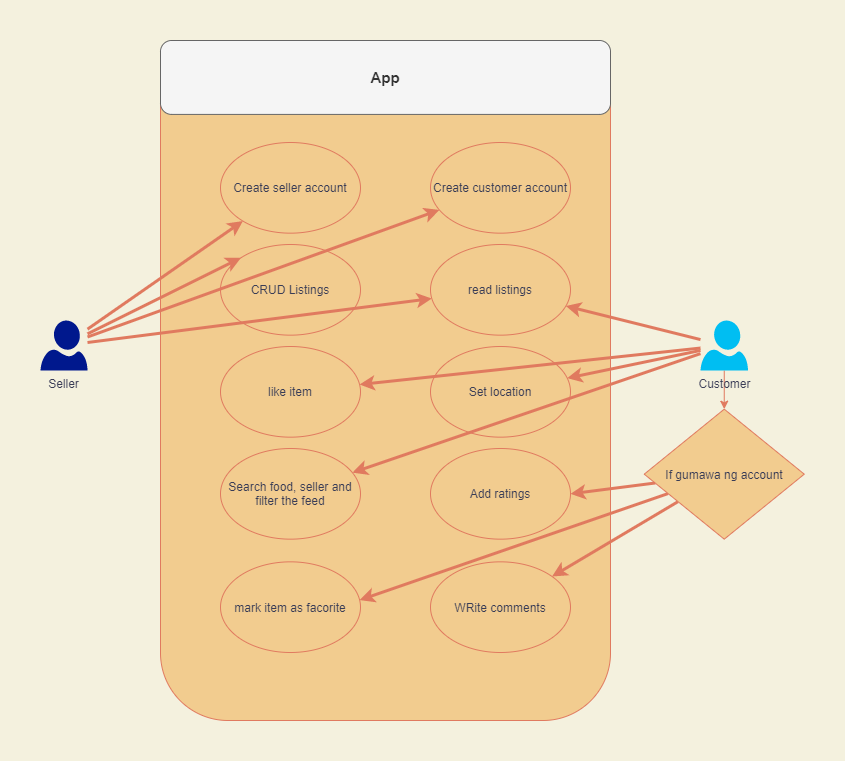
EricEchemane/Meryenda-PH keeps this draw.io diagram as __resources__/photo_references/Use Case Diagram.png. Above is the earlier version. Source tidied: cells renumbered, new cells last; positions are measured from the earlier drawing's top-left corner, leaving out a move shared by most shapes. The source it was exported from:
```xml
<mxGraphModel background="#F4F1DE">
  <root>
    <mxCell id="0" />
    <mxCell id="1" parent="0" />
    <mxCell id="2" style="group;" parent="1" vertex="1">
      <mxGeometry x="120" width="450" height="680" as="geometry" />
    </mxCell>
    <mxCell id="3" style="rounded=1;whiteSpace=wrap;html=1;sketch=0;fontColor=#393C56;strokeColor=#E07A5F;fillColor=#F2CC8F;" parent="2" vertex="1">
      <mxGeometry width="450" height="680" as="geometry" />
    </mxCell>
    <mxCell id="4" value="&lt;b&gt;&lt;font style=&quot;font-size: 15px&quot;&gt;App&lt;/font&gt;&lt;/b&gt;" style="rounded=1;whiteSpace=wrap;html=1;sketch=0;fontColor=#333333;strokeColor=#666666;fillColor=#f5f5f5;labelBackgroundColor=none;labelBorderColor=none;" parent="2" vertex="1">
      <mxGeometry width="450" height="73.9" as="geometry" />
    </mxCell>
    <mxCell id="5" value="Create seller account" style="ellipse;whiteSpace=wrap;html=1;rounded=0;labelBackgroundColor=none;sketch=0;fontColor=#393C56;strokeColor=#E07A5F;fillColor=#F2CC8F;" parent="2" vertex="1">
      <mxGeometry x="60" y="102" width="140" height="90.7" as="geometry" />
    </mxCell>
    <mxCell id="6" value="Create customer account" style="ellipse;whiteSpace=wrap;html=1;rounded=0;labelBackgroundColor=none;sketch=0;fontColor=#393C56;strokeColor=#E07A5F;fillColor=#F2CC8F;" parent="2" vertex="1">
      <mxGeometry x="270" y="102" width="140" height="90.7" as="geometry" />
    </mxCell>
    <mxCell id="7" value="CRUD Listings" style="ellipse;whiteSpace=wrap;html=1;rounded=0;labelBackgroundColor=none;sketch=0;fontColor=#393C56;strokeColor=#E07A5F;fillColor=#F2CC8F;" parent="2" vertex="1">
      <mxGeometry x="60" y="204" width="140" height="90.7" as="geometry" />
    </mxCell>
    <mxCell id="8" value="read listings" style="ellipse;whiteSpace=wrap;html=1;rounded=0;labelBackgroundColor=none;sketch=0;fontColor=#393C56;strokeColor=#E07A5F;fillColor=#F2CC8F;" parent="2" vertex="1">
      <mxGeometry x="270" y="204" width="140" height="90.7" as="geometry" />
    </mxCell>
    <mxCell id="9" value="Set location" style="ellipse;whiteSpace=wrap;html=1;rounded=0;labelBackgroundColor=none;sketch=0;fontColor=#393C56;strokeColor=#E07A5F;fillColor=#F2CC8F;" parent="2" vertex="1">
      <mxGeometry x="270" y="306" width="140" height="90.7" as="geometry" />
    </mxCell>
    <mxCell id="10" value="Search food, seller and filter the feed" style="ellipse;whiteSpace=wrap;html=1;rounded=0;labelBackgroundColor=none;sketch=0;fontColor=#393C56;strokeColor=#E07A5F;fillColor=#F2CC8F;" parent="2" vertex="1">
      <mxGeometry x="60" y="408" width="140" height="90.7" as="geometry" />
    </mxCell>
    <mxCell id="11" value="Add ratings" style="ellipse;whiteSpace=wrap;html=1;rounded=0;labelBackgroundColor=none;sketch=0;fontColor=#393C56;strokeColor=#E07A5F;fillColor=#F2CC8F;" parent="2" vertex="1">
      <mxGeometry x="270" y="408" width="140" height="90.7" as="geometry" />
    </mxCell>
    <mxCell id="12" value="WRite comments" style="ellipse;whiteSpace=wrap;html=1;rounded=0;labelBackgroundColor=none;sketch=0;fontColor=#393C56;strokeColor=#E07A5F;fillColor=#F2CC8F;" parent="2" vertex="1">
      <mxGeometry x="270" y="521.3" width="140" height="90.7" as="geometry" />
    </mxCell>
    <mxCell id="13" value="mark item as facorite" style="ellipse;whiteSpace=wrap;html=1;rounded=0;labelBackgroundColor=none;sketch=0;fontColor=#393C56;strokeColor=#E07A5F;fillColor=#F2CC8F;" parent="2" vertex="1">
      <mxGeometry x="60" y="521.3" width="140" height="90.7" as="geometry" />
    </mxCell>
    <mxCell id="14" value="like item" style="ellipse;whiteSpace=wrap;html=1;rounded=0;labelBackgroundColor=none;sketch=0;fontColor=#393C56;strokeColor=#E07A5F;fillColor=#F2CC8F;" parent="2" vertex="1">
      <mxGeometry x="60" y="306" width="140" height="90.7" as="geometry" />
    </mxCell>
    <mxCell id="15" style="edgeStyle=none;rounded=1;sketch=0;jettySize=auto;html=1;fontColor=#393C56;strokeColor=#E07A5F;fillColor=#F2CC8F;strokeWidth=3;" parent="1" edge="1" source="19" target="6">
      <mxGeometry relative="1" as="geometry" />
    </mxCell>
    <mxCell id="16" style="edgeStyle=none;rounded=1;sketch=0;jettySize=auto;html=1;fontColor=#393C56;strokeColor=#E07A5F;fillColor=#F2CC8F;strokeWidth=3;" parent="1" edge="1" source="19" target="5">
      <mxGeometry relative="1" as="geometry" />
    </mxCell>
    <mxCell id="17" style="edgeStyle=none;rounded=1;sketch=0;jettySize=auto;html=1;entryX=0;entryY=0;entryDx=0;entryDy=0;fontColor=#393C56;strokeColor=#E07A5F;fillColor=#F2CC8F;strokeWidth=3;" parent="1" edge="1" source="19" target="7">
      <mxGeometry relative="1" as="geometry" />
    </mxCell>
    <mxCell id="18" style="edgeStyle=none;rounded=1;sketch=0;jettySize=auto;html=1;fontColor=#393C56;strokeColor=#E07A5F;fillColor=#F2CC8F;strokeWidth=3;" parent="1" edge="1" source="19" target="8">
      <mxGeometry relative="1" as="geometry" />
    </mxCell>
    <mxCell id="19" value="Seller" style="sketch=0;shadow=0;dashed=0;html=1;strokeColor=none;labelPosition=center;verticalLabelPosition=bottom;verticalAlign=top;align=center;fillColor=#00188D;shape=mxgraph.azure.user;rounded=0;fontColor=#393C56;" parent="1" vertex="1">
      <mxGeometry y="280" width="47" height="50" as="geometry" />
    </mxCell>
    <mxCell id="20" style="edgeStyle=none;rounded=1;sketch=0;jettySize=auto;html=1;entryX=0.5;entryY=0;entryDx=0;entryDy=0;fontColor=#393C56;strokeColor=#E07A5F;fillColor=#F2CC8F;" parent="1" edge="1" source="23" target="27">
      <mxGeometry relative="1" as="geometry" />
    </mxCell>
    <mxCell id="21" style="edgeStyle=none;rounded=1;sketch=0;jettySize=auto;html=1;fontColor=#393C56;strokeColor=#E07A5F;fillColor=#F2CC8F;strokeWidth=3;" parent="1" edge="1" source="23" target="14">
      <mxGeometry relative="1" as="geometry" />
    </mxCell>
    <mxCell id="22" style="edgeStyle=none;rounded=1;sketch=0;jettySize=auto;html=1;fontColor=#393C56;strokeColor=#E07A5F;fillColor=#F2CC8F;strokeWidth=3;" parent="1" edge="1" source="23" target="8">
      <mxGeometry relative="1" as="geometry" />
    </mxCell>
    <mxCell id="23" value="Customer" style="verticalLabelPosition=bottom;html=1;verticalAlign=top;align=center;strokeColor=none;fillColor=#00BEF2;shape=mxgraph.azure.user;rounded=0;sketch=0;fontColor=#393C56;" parent="1" vertex="1">
      <mxGeometry x="660" y="280" width="47.5" height="50" as="geometry" />
    </mxCell>
    <mxCell id="24" style="edgeStyle=none;rounded=1;sketch=0;jettySize=auto;html=1;fontColor=#393C56;strokeColor=#E07A5F;fillColor=#F2CC8F;strokeWidth=3;" parent="1" edge="1" source="27" target="12">
      <mxGeometry relative="1" as="geometry" />
    </mxCell>
    <mxCell id="25" style="edgeStyle=none;rounded=1;sketch=0;jettySize=auto;html=1;entryX=1;entryY=0.5;entryDx=0;entryDy=0;fontColor=#393C56;strokeColor=#E07A5F;fillColor=#F2CC8F;strokeWidth=3;" parent="1" edge="1" source="27" target="11">
      <mxGeometry relative="1" as="geometry" />
    </mxCell>
    <mxCell id="26" style="edgeStyle=none;rounded=1;sketch=0;jettySize=auto;html=1;entryX=0.994;entryY=0.422;entryDx=0;entryDy=0;entryPerimeter=0;fontColor=#393C56;strokeColor=#E07A5F;fillColor=#F2CC8F;strokeWidth=3;" parent="1" edge="1" source="27" target="13">
      <mxGeometry relative="1" as="geometry" />
    </mxCell>
    <mxCell id="27" value="If gumawa ng account" style="rhombus;whiteSpace=wrap;html=1;rounded=0;labelBackgroundColor=none;sketch=0;fontColor=#393C56;strokeColor=#E07A5F;fillColor=#F2CC8F;" parent="1" vertex="1">
      <mxGeometry x="603.8" y="368.7" width="160" height="130" as="geometry" />
    </mxCell>
    <mxCell id="28" style="edgeStyle=none;rounded=1;sketch=0;jettySize=auto;html=1;fontColor=#393C56;strokeColor=#E07A5F;fillColor=#F2CC8F;strokeWidth=3;" parent="1" edge="1" source="23" target="9">
      <mxGeometry relative="1" as="geometry" />
    </mxCell>
    <mxCell id="29" style="edgeStyle=none;rounded=1;sketch=0;jettySize=auto;html=1;fontColor=#393C56;strokeColor=#E07A5F;fillColor=#F2CC8F;strokeWidth=3;" parent="1" edge="1" source="23" target="10">
      <mxGeometry relative="1" as="geometry" />
    </mxCell>
  </root>
</mxGraphModel>
```
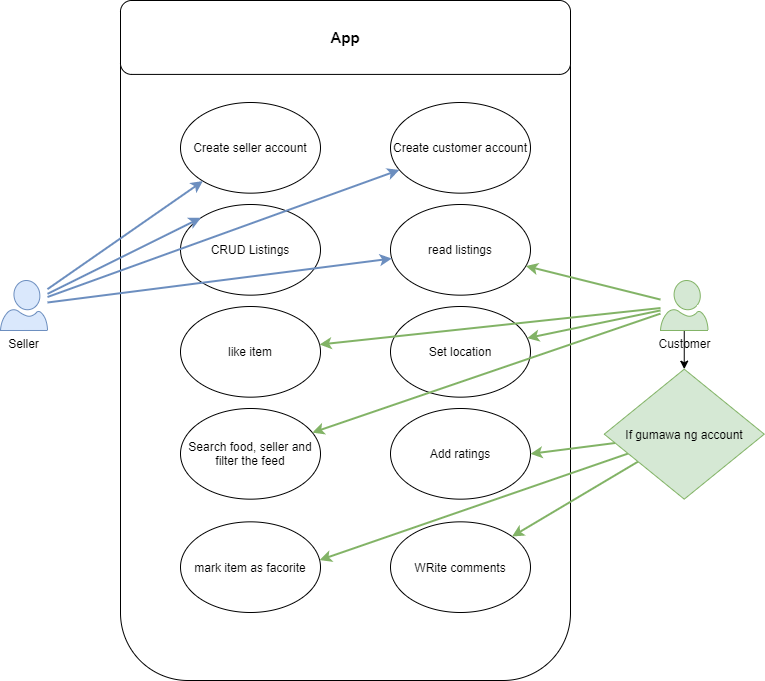
Above is the later version.

The edit, as a diff of the source:
```diff
@@ -1,89 +1,89 @@
-<mxGraphModel background="#F4F1DE">
+<mxGraphModel>
   <root>
     <mxCell id="0" />
     <mxCell id="1" parent="0" />
     <mxCell id="2" style="group;" parent="1" vertex="1">
       <mxGeometry x="120" width="450" height="680" as="geometry" />
     </mxCell>
-    <mxCell id="3" style="rounded=1;whiteSpace=wrap;html=1;sketch=0;fontColor=#393C56;strokeColor=#E07A5F;fillColor=#F2CC8F;" parent="2" vertex="1">
+    <mxCell id="3" style="rounded=1;whiteSpace=wrap;html=1;sketch=0;" parent="2" vertex="1">
       <mxGeometry width="450" height="680" as="geometry" />
     </mxCell>
-    <mxCell id="4" value="&lt;b&gt;&lt;font style=&quot;font-size: 15px&quot;&gt;App&lt;/font&gt;&lt;/b&gt;" style="rounded=1;whiteSpace=wrap;html=1;sketch=0;fontColor=#333333;strokeColor=#666666;fillColor=#f5f5f5;labelBackgroundColor=none;labelBorderColor=none;" parent="2" vertex="1">
+    <mxCell id="4" value="&lt;b&gt;&lt;font style=&quot;font-size: 15px&quot;&gt;App&lt;/font&gt;&lt;/b&gt;" style="rounded=1;whiteSpace=wrap;html=1;sketch=0;labelBackgroundColor=none;labelBorderColor=none;" parent="2" vertex="1">
       <mxGeometry width="450" height="73.9" as="geometry" />
     </mxCell>
-    <mxCell id="5" value="Create seller account" style="ellipse;whiteSpace=wrap;html=1;rounded=0;labelBackgroundColor=none;sketch=0;fontColor=#393C56;strokeColor=#E07A5F;fillColor=#F2CC8F;" parent="2" vertex="1">
+    <mxCell id="5" value="Create seller account" style="ellipse;whiteSpace=wrap;html=1;rounded=0;labelBackgroundColor=none;sketch=0;" parent="2" vertex="1">
       <mxGeometry x="60" y="102" width="140" height="90.7" as="geometry" />
     </mxCell>
-    <mxCell id="6" value="Create customer account" style="ellipse;whiteSpace=wrap;html=1;rounded=0;labelBackgroundColor=none;sketch=0;fontColor=#393C56;strokeColor=#E07A5F;fillColor=#F2CC8F;" parent="2" vertex="1">
+    <mxCell id="6" value="Create customer account" style="ellipse;whiteSpace=wrap;html=1;rounded=0;labelBackgroundColor=none;sketch=0;" parent="2" vertex="1">
       <mxGeometry x="270" y="102" width="140" height="90.7" as="geometry" />
     </mxCell>
-    <mxCell id="7" value="CRUD Listings" style="ellipse;whiteSpace=wrap;html=1;rounded=0;labelBackgroundColor=none;sketch=0;fontColor=#393C56;strokeColor=#E07A5F;fillColor=#F2CC8F;" parent="2" vertex="1">
+    <mxCell id="7" value="CRUD Listings" style="ellipse;whiteSpace=wrap;html=1;rounded=0;labelBackgroundColor=none;sketch=0;" parent="2" vertex="1">
       <mxGeometry x="60" y="204" width="140" height="90.7" as="geometry" />
     </mxCell>
-    <mxCell id="8" value="read listings" style="ellipse;whiteSpace=wrap;html=1;rounded=0;labelBackgroundColor=none;sketch=0;fontColor=#393C56;strokeColor=#E07A5F;fillColor=#F2CC8F;" parent="2" vertex="1">
+    <mxCell id="8" value="read listings" style="ellipse;whiteSpace=wrap;html=1;rounded=0;labelBackgroundColor=none;sketch=0;" parent="2" vertex="1">
       <mxGeometry x="270" y="204" width="140" height="90.7" as="geometry" />
     </mxCell>
-    <mxCell id="9" value="Set location" style="ellipse;whiteSpace=wrap;html=1;rounded=0;labelBackgroundColor=none;sketch=0;fontColor=#393C56;strokeColor=#E07A5F;fillColor=#F2CC8F;" parent="2" vertex="1">
+    <mxCell id="9" value="Set location" style="ellipse;whiteSpace=wrap;html=1;rounded=0;labelBackgroundColor=none;sketch=0;" parent="2" vertex="1">
       <mxGeometry x="270" y="306" width="140" height="90.7" as="geometry" />
     </mxCell>
-    <mxCell id="10" value="Search food, seller and filter the feed" style="ellipse;whiteSpace=wrap;html=1;rounded=0;labelBackgroundColor=none;sketch=0;fontColor=#393C56;strokeColor=#E07A5F;fillColor=#F2CC8F;" parent="2" vertex="1">
+    <mxCell id="10" value="Search food, seller and filter the feed" style="ellipse;whiteSpace=wrap;html=1;rounded=0;labelBackgroundColor=none;sketch=0;" parent="2" vertex="1">
       <mxGeometry x="60" y="408" width="140" height="90.7" as="geometry" />
     </mxCell>
-    <mxCell id="11" value="Add ratings" style="ellipse;whiteSpace=wrap;html=1;rounded=0;labelBackgroundColor=none;sketch=0;fontColor=#393C56;strokeColor=#E07A5F;fillColor=#F2CC8F;" parent="2" vertex="1">
+    <mxCell id="11" value="Add ratings" style="ellipse;whiteSpace=wrap;html=1;rounded=0;labelBackgroundColor=none;sketch=0;" parent="2" vertex="1">
       <mxGeometry x="270" y="408" width="140" height="90.7" as="geometry" />
     </mxCell>
-    <mxCell id="12" value="WRite comments" style="ellipse;whiteSpace=wrap;html=1;rounded=0;labelBackgroundColor=none;sketch=0;fontColor=#393C56;strokeColor=#E07A5F;fillColor=#F2CC8F;" parent="2" vertex="1">
+    <mxCell id="12" value="WRite comments" style="ellipse;whiteSpace=wrap;html=1;rounded=0;labelBackgroundColor=none;sketch=0;" parent="2" vertex="1">
       <mxGeometry x="270" y="521.3" width="140" height="90.7" as="geometry" />
     </mxCell>
-    <mxCell id="13" value="mark item as facorite" style="ellipse;whiteSpace=wrap;html=1;rounded=0;labelBackgroundColor=none;sketch=0;fontColor=#393C56;strokeColor=#E07A5F;fillColor=#F2CC8F;" parent="2" vertex="1">
+    <mxCell id="13" value="mark item as facorite" style="ellipse;whiteSpace=wrap;html=1;rounded=0;labelBackgroundColor=none;sketch=0;" parent="2" vertex="1">
       <mxGeometry x="60" y="521.3" width="140" height="90.7" as="geometry" />
     </mxCell>
-    <mxCell id="14" value="like item" style="ellipse;whiteSpace=wrap;html=1;rounded=0;labelBackgroundColor=none;sketch=0;fontColor=#393C56;strokeColor=#E07A5F;fillColor=#F2CC8F;" parent="2" vertex="1">
+    <mxCell id="14" value="like item" style="ellipse;whiteSpace=wrap;html=1;rounded=0;labelBackgroundColor=none;sketch=0;" parent="2" vertex="1">
       <mxGeometry x="60" y="306" width="140" height="90.7" as="geometry" />
     </mxCell>
-    <mxCell id="15" style="edgeStyle=none;rounded=1;sketch=0;jettySize=auto;html=1;fontColor=#393C56;strokeColor=#E07A5F;fillColor=#F2CC8F;strokeWidth=3;" parent="1" edge="1" source="19" target="6">
+    <mxCell id="15" style="edgeStyle=none;rounded=1;sketch=0;jettySize=auto;html=1;strokeWidth=2;fillColor=#dae8fc;strokeColor=#6c8ebf;" parent="1" edge="1" source="19" target="6">
       <mxGeometry relative="1" as="geometry" />
     </mxCell>
-    <mxCell id="16" style="edgeStyle=none;rounded=1;sketch=0;jettySize=auto;html=1;fontColor=#393C56;strokeColor=#E07A5F;fillColor=#F2CC8F;strokeWidth=3;" parent="1" edge="1" source="19" target="5">
+    <mxCell id="16" style="edgeStyle=none;rounded=1;sketch=0;jettySize=auto;html=1;strokeWidth=2;fillColor=#dae8fc;strokeColor=#6c8ebf;" parent="1" edge="1" source="19" target="5">
       <mxGeometry relative="1" as="geometry" />
     </mxCell>
-    <mxCell id="17" style="edgeStyle=none;rounded=1;sketch=0;jettySize=auto;html=1;entryX=0;entryY=0;entryDx=0;entryDy=0;fontColor=#393C56;strokeColor=#E07A5F;fillColor=#F2CC8F;strokeWidth=3;" parent="1" edge="1" source="19" target="7">
+    <mxCell id="17" style="edgeStyle=none;rounded=1;sketch=0;jettySize=auto;html=1;entryX=0;entryY=0;entryDx=0;entryDy=0;strokeWidth=2;fillColor=#dae8fc;strokeColor=#6c8ebf;" parent="1" edge="1" source="19" target="7">
       <mxGeometry relative="1" as="geometry" />
     </mxCell>
-    <mxCell id="18" style="edgeStyle=none;rounded=1;sketch=0;jettySize=auto;html=1;fontColor=#393C56;strokeColor=#E07A5F;fillColor=#F2CC8F;strokeWidth=3;" parent="1" edge="1" source="19" target="8">
+    <mxCell id="18" style="edgeStyle=none;rounded=1;sketch=0;jettySize=auto;html=1;strokeWidth=2;fillColor=#dae8fc;strokeColor=#6c8ebf;" parent="1" edge="1" source="19" target="8">
       <mxGeometry relative="1" as="geometry" />
     </mxCell>
-    <mxCell id="19" value="Seller" style="sketch=0;shadow=0;dashed=0;html=1;strokeColor=none;labelPosition=center;verticalLabelPosition=bottom;verticalAlign=top;align=center;fillColor=#00188D;shape=mxgraph.azure.user;rounded=0;fontColor=#393C56;" parent="1" vertex="1">
+    <mxCell id="19" value="Seller" style="sketch=0;shadow=0;dashed=0;html=1;labelPosition=center;verticalLabelPosition=bottom;verticalAlign=top;align=center;shape=mxgraph.azure.user;rounded=0;fillColor=#dae8fc;strokeColor=#6c8ebf;" parent="1" vertex="1">
       <mxGeometry y="280" width="47" height="50" as="geometry" />
     </mxCell>
-    <mxCell id="20" style="edgeStyle=none;rounded=1;sketch=0;jettySize=auto;html=1;entryX=0.5;entryY=0;entryDx=0;entryDy=0;fontColor=#393C56;strokeColor=#E07A5F;fillColor=#F2CC8F;" parent="1" edge="1" source="23" target="27">
+    <mxCell id="20" style="edgeStyle=none;rounded=1;sketch=0;jettySize=auto;html=1;entryX=0.5;entryY=0;entryDx=0;entryDy=0;" parent="1" edge="1" source="23" target="27">
       <mxGeometry relative="1" as="geometry" />
     </mxCell>
-    <mxCell id="21" style="edgeStyle=none;rounded=1;sketch=0;jettySize=auto;html=1;fontColor=#393C56;strokeColor=#E07A5F;fillColor=#F2CC8F;strokeWidth=3;" parent="1" edge="1" source="23" target="14">
+    <mxCell id="21" style="edgeStyle=none;rounded=1;sketch=0;jettySize=auto;html=1;strokeWidth=2;fillColor=#d5e8d4;strokeColor=#82b366;" parent="1" edge="1" source="23" target="14">
       <mxGeometry relative="1" as="geometry" />
     </mxCell>
-    <mxCell id="22" style="edgeStyle=none;rounded=1;sketch=0;jettySize=auto;html=1;fontColor=#393C56;strokeColor=#E07A5F;fillColor=#F2CC8F;strokeWidth=3;" parent="1" edge="1" source="23" target="8">
+    <mxCell id="22" style="edgeStyle=none;rounded=1;sketch=0;jettySize=auto;html=1;strokeWidth=2;fillColor=#d5e8d4;strokeColor=#82b366;" parent="1" edge="1" source="23" target="8">
       <mxGeometry relative="1" as="geometry" />
     </mxCell>
-    <mxCell id="23" value="Customer" style="verticalLabelPosition=bottom;html=1;verticalAlign=top;align=center;strokeColor=none;fillColor=#00BEF2;shape=mxgraph.azure.user;rounded=0;sketch=0;fontColor=#393C56;" parent="1" vertex="1">
+    <mxCell id="23" value="Customer" style="verticalLabelPosition=bottom;html=1;verticalAlign=top;align=center;shape=mxgraph.azure.user;rounded=0;sketch=0;fillColor=#d5e8d4;strokeColor=#82b366;" parent="1" vertex="1">
       <mxGeometry x="660" y="280" width="47.5" height="50" as="geometry" />
     </mxCell>
-    <mxCell id="24" style="edgeStyle=none;rounded=1;sketch=0;jettySize=auto;html=1;fontColor=#393C56;strokeColor=#E07A5F;fillColor=#F2CC8F;strokeWidth=3;" parent="1" edge="1" source="27" target="12">
+    <mxCell id="24" style="edgeStyle=none;rounded=1;sketch=0;jettySize=auto;html=1;strokeWidth=2;fillColor=#d5e8d4;strokeColor=#82b366;" parent="1" edge="1" source="27" target="12">
       <mxGeometry relative="1" as="geometry" />
     </mxCell>
-    <mxCell id="25" style="edgeStyle=none;rounded=1;sketch=0;jettySize=auto;html=1;entryX=1;entryY=0.5;entryDx=0;entryDy=0;fontColor=#393C56;strokeColor=#E07A5F;fillColor=#F2CC8F;strokeWidth=3;" parent="1" edge="1" source="27" target="11">
+    <mxCell id="25" style="edgeStyle=none;rounded=1;sketch=0;jettySize=auto;html=1;entryX=1;entryY=0.5;entryDx=0;entryDy=0;strokeWidth=2;fillColor=#d5e8d4;strokeColor=#82b366;" parent="1" edge="1" source="27" target="11">
       <mxGeometry relative="1" as="geometry" />
     </mxCell>
-    <mxCell id="26" style="edgeStyle=none;rounded=1;sketch=0;jettySize=auto;html=1;entryX=0.994;entryY=0.422;entryDx=0;entryDy=0;entryPerimeter=0;fontColor=#393C56;strokeColor=#E07A5F;fillColor=#F2CC8F;strokeWidth=3;" parent="1" edge="1" source="27" target="13">
+    <mxCell id="26" style="edgeStyle=none;rounded=1;sketch=0;jettySize=auto;html=1;entryX=0.994;entryY=0.422;entryDx=0;entryDy=0;entryPerimeter=0;strokeWidth=2;fillColor=#d5e8d4;strokeColor=#82b366;" parent="1" edge="1" source="27" target="13">
       <mxGeometry relative="1" as="geometry" />
     </mxCell>
-    <mxCell id="27" value="If gumawa ng account" style="rhombus;whiteSpace=wrap;html=1;rounded=0;labelBackgroundColor=none;sketch=0;fontColor=#393C56;strokeColor=#E07A5F;fillColor=#F2CC8F;" parent="1" vertex="1">
+    <mxCell id="27" value="If gumawa ng account" style="rhombus;whiteSpace=wrap;html=1;rounded=0;labelBackgroundColor=none;sketch=0;fillColor=#d5e8d4;strokeColor=#82b366;" parent="1" vertex="1">
       <mxGeometry x="603.8" y="368.7" width="160" height="130" as="geometry" />
     </mxCell>
-    <mxCell id="28" style="edgeStyle=none;rounded=1;sketch=0;jettySize=auto;html=1;fontColor=#393C56;strokeColor=#E07A5F;fillColor=#F2CC8F;strokeWidth=3;" parent="1" edge="1" source="23" target="9">
+    <mxCell id="28" style="edgeStyle=none;rounded=1;sketch=0;jettySize=auto;html=1;strokeWidth=2;fillColor=#d5e8d4;strokeColor=#82b366;" parent="1" edge="1" source="23" target="9">
       <mxGeometry relative="1" as="geometry" />
     </mxCell>
-    <mxCell id="29" style="edgeStyle=none;rounded=1;sketch=0;jettySize=auto;html=1;fontColor=#393C56;strokeColor=#E07A5F;fillColor=#F2CC8F;strokeWidth=3;" parent="1" edge="1" source="23" target="10">
+    <mxCell id="29" style="edgeStyle=none;rounded=1;sketch=0;jettySize=auto;html=1;strokeWidth=2;fillColor=#d5e8d4;strokeColor=#82b366;" parent="1" edge="1" source="23" target="10">
       <mxGeometry relative="1" as="geometry" />
     </mxCell>
   </root>
```
